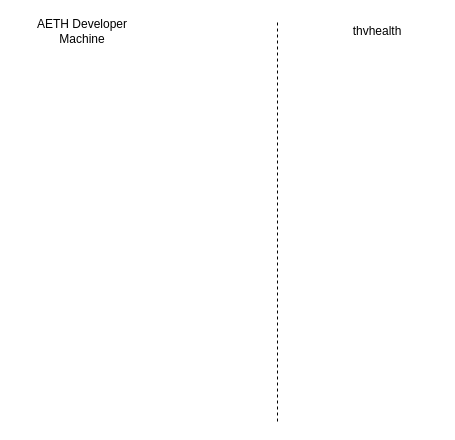
This is Untitled Diagram.drawio from shannuvijaya/BADM, a draw.io file, before an edit. Source tidied: cells renumbered, new cells numbered last; positions are measured from the earlier drawing's top-left corner, leaving out a move shared by most shapes. Both pictures are drawn from the tidied source at 100%, with x=0, y=0 at pixel (27, 21).
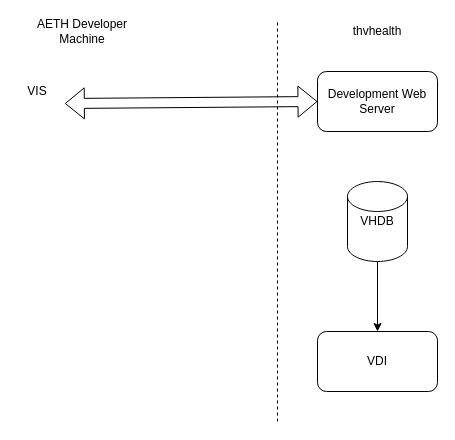
The same diagram, later.

Change to the diagram source:
```diff
@@
 <mxGraphModel>
   <root>
     <mxCell id="0" />
     <mxCell id="1" parent="0" />
     <mxCell id="2" value="AETH Developer Machine" style="text;html=1;strokeColor=none;fillColor=none;align=center;verticalAlign=middle;whiteSpace=wrap;rounded=0;" parent="1" vertex="1">
       <mxGeometry width="110" height="20" as="geometry" />
     </mxCell>
     <mxCell id="3" value="thvhealth" style="text;html=1;strokeColor=none;fillColor=none;align=center;verticalAlign=middle;whiteSpace=wrap;rounded=0;" parent="1" vertex="1">
       <mxGeometry x="330" width="40" height="20" as="geometry" />
     </mxCell>
     <mxCell id="4" style="endArrow=none;dashed=1;html=1;" parent="1" edge="1">
       <mxGeometry relative="1" as="geometry">
         <mxPoint x="250" y="400" as="sourcePoint" />
         <mxPoint x="250" as="targetPoint" />
       </mxGeometry>
     </mxCell>
+    <mxCell id="5" value="Development Web Server" style="rounded=1;whiteSpace=wrap;html=1;" parent="1" vertex="1">
+      <mxGeometry x="290" y="50" width="120" height="60" as="geometry" />
+    </mxCell>
+    <mxCell id="6" value="VIS" style="text;html=1;strokeColor=none;fillColor=none;align=center;verticalAlign=middle;whiteSpace=wrap;rounded=0;" parent="1" vertex="1">
+      <mxGeometry x="-10" y="60" width="40" height="20" as="geometry" />
+    </mxCell>
+    <mxCell id="7" style="shape=flexArrow;endArrow=classic;startArrow=classic;html=1;exitX=1.183;exitY=1.1;exitDx=0;exitDy=0;exitPerimeter=0;entryX=0;entryY=0.5;entryDx=0;entryDy=0;" parent="1" edge="1" source="6" target="5">
+      <mxGeometry relative="1" as="geometry" />
+    </mxCell>
+    <mxCell id="8" style="edgeStyle=orthogonalEdgeStyle;rounded=0;jettySize=auto;html=1;" parent="1" edge="1" source="9" target="10">
+      <mxGeometry relative="1" as="geometry" />
+    </mxCell>
+    <mxCell id="9" value="VHDB" style="shape=cylinder2;whiteSpace=wrap;html=1;boundedLbl=1;backgroundOutline=1;size=15;" parent="1" vertex="1">
+      <mxGeometry x="320" y="160" width="60" height="80" as="geometry" />
+    </mxCell>
+    <mxCell id="10" value="VDI" style="rounded=1;whiteSpace=wrap;html=1;" parent="1" vertex="1">
+      <mxGeometry x="290" y="310" width="120" height="60" as="geometry" />
+    </mxCell>
   </root>
 </mxGraphModel>
```
